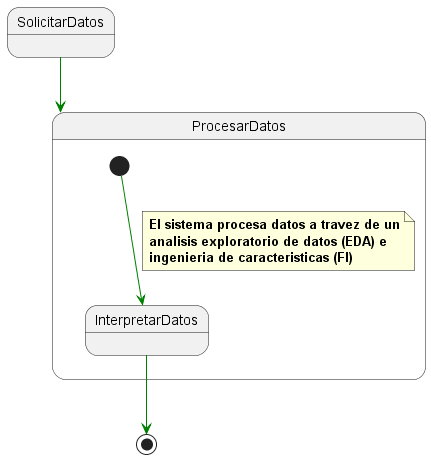
This is 000-entregas/Grupo1/DetalleCasosDeUso/images/ProcesarDatos.png from mmasias/IdSw1-22-23, a PlantUML export, as it was before one commit.
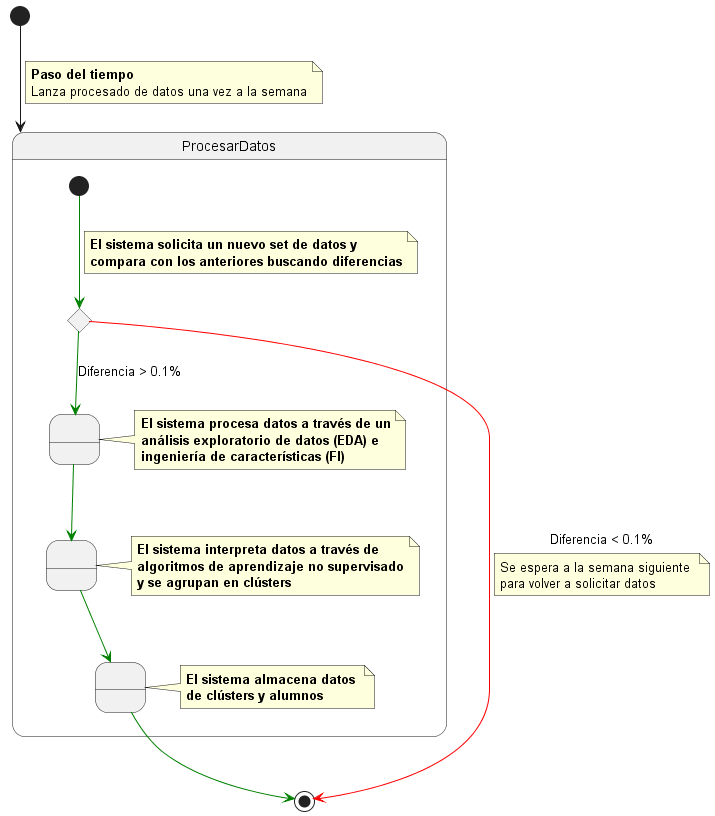
Later version of the same file.

Change to the diagram source:
```diff
@@ -1,21 +1,60 @@
 @startuml ProcesarDatos
 
 
-State ProcesarDatos{
+State ProcesarDatos {
 
-  [*] -[#green]-> InterpretarDatos
+    State StateProcesar as "  "
+    State StateInterpretar as "  "
+    State StateAlmacenar as "  "
+    state Choice1 <<choice>>
+
+    [*] -[#green]-> Choice1
+
+    note on link
+      <b>El sistema solicita un nuevo set de datos y
+      <b>compara con los anteriores buscando diferencias
+    end note
+
+    Choice1 -[#green]-> StateProcesar : Diferencia > 0.1%
+
+    StateProcesar -[#green]-> StateInterpretar
+
+    note right of StateProcesar
+      <b>El sistema procesa datos a través de un
+      <b>análisis exploratorio de datos (EDA) e
+      <b>ingeniería de características (FI)
+    end note
+
+    StateInterpretar -[#green]-> StateAlmacenar
+
+    note right of StateInterpretar
+      <b>El sistema interpreta datos a través de
+      <b>algoritmos de aprendizaje no supervisado
+      <b>y se agrupan en clústers
+    end note
+
+    note right of StateAlmacenar
+      <b>El sistema almacena datos
+      <b>de clústers y alumnos</b>
+    end note
+}
+
+[*] --> ProcesarDatos
+
+note on link
+ <b>Paso del tiempo
+ Lanza procesado de datos una vez a la semana
+end note
+
+Choice1 -[#red]r-> [*] : Diferencia < 0.1%
 
   note on link
-    <b>El sistema procesa datos a travez de un
-    <b>analisis exploratorio de datos (EDA) e
-    <b>ingenieria de caracteristicas (FI)
+    Se espera a la semana siguiente
+    para volver a solicitar datos
   end note
 
-}
+StateAlmacenar -[#green]-> [*]
 
-SolicitarDatos-[#green]-> ProcesarDatos
-
-InterpretarDatos -[#green]-> [*]
 
 
 @enduml
```
